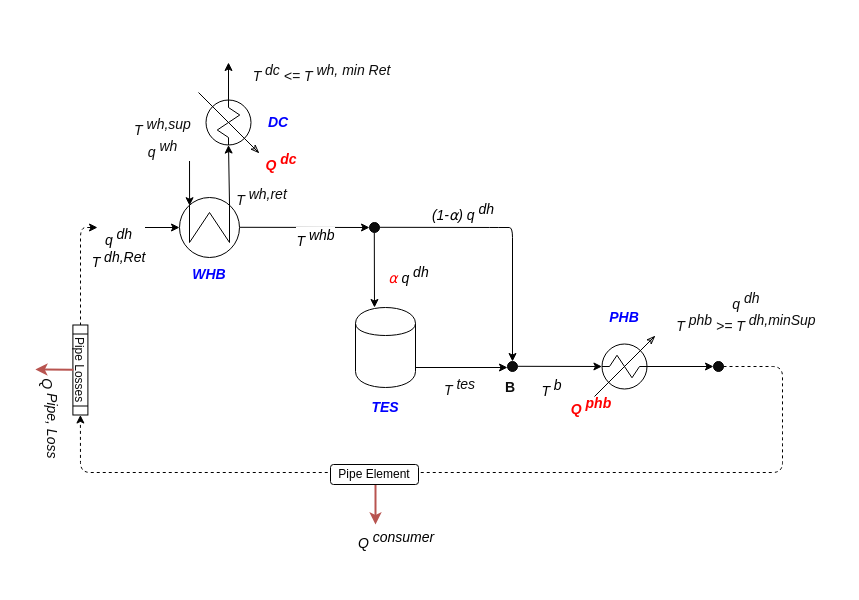
Before: Admin/Paper support files/Flowsheet_TES.drawio in sandeepprakash6666/Escape-Paper, a draw.io diagram. Source tidied: cells renumbered, new cells numbered last; positions are measured from the earlier drawing's top-left corner, leaving out a move shared by most shapes. Both pictures are drawn from the tidied source at 100%, with x=0, y=0 at pixel (17, 17).
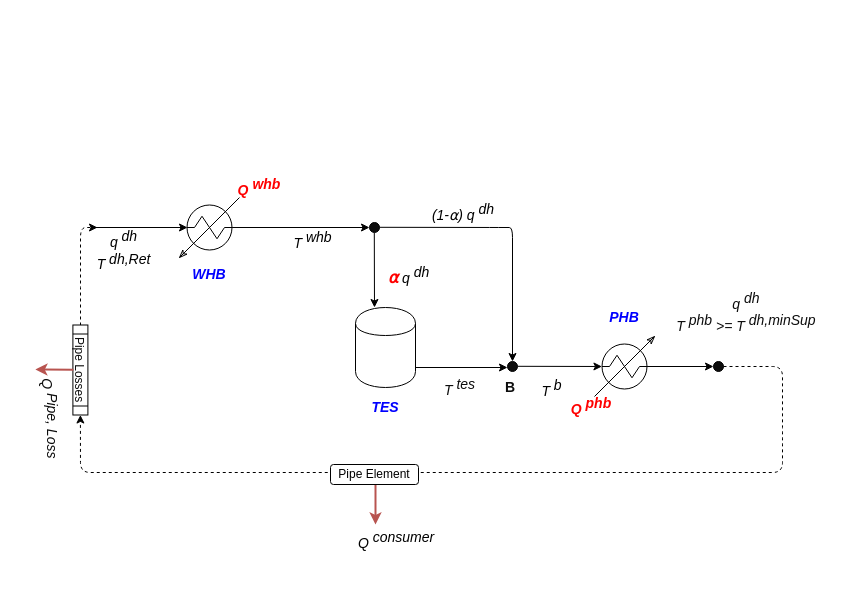
The same diagram, later.

The change refers to these unchanged cells:
```xml
<mxCell id="2" style="group;fontSize=14;fontStyle=0;" parent="1" vertex="1">
  <mxGeometry width="825" height="566" as="geometry" />
</mxCell>
```

What changed in the source:
```diff
@@
-    <mxCell id="3" style="endArrow=classic;html=1;fontSize=14;spacing=0;" parent="2" edge="1">
-      <mxGeometry as="geometry">
-        <mxPoint x="72" y="210" as="sourcePoint" />
-        <mxPoint x="162" y="210" as="targetPoint" />
+    <mxCell id="3" style="endArrow=classic;html=1;fontSize=14;spacing=0;entryX=1;entryY=0.5;entryDx=0;entryDy=0;entryPerimeter=0;" parent="2" edge="1">
+      <mxGeometry x="8" as="geometry">
+        <mxPoint x="75" y="210" as="sourcePoint" />
+        <mxPoint x="170" y="210" as="targetPoint" />
       </mxGeometry>
     </mxCell>
     <mxCell id="4" value="&lt;i style=&quot;font-size: 14px;&quot;&gt;q&lt;sup style=&quot;font-size: 14px;&quot;&gt; dh&lt;/sup&gt;&lt;br style=&quot;font-size: 14px;&quot;&gt;T &lt;/i&gt;&lt;sup style=&quot;font-size: 14px;&quot;&gt;&lt;i style=&quot;font-size: 14px;&quot;&gt;dh,Ret&lt;/i&gt;&lt;br style=&quot;font-size: 14px;&quot;&gt;&lt;/sup&gt;" style="edgeLabel;html=1;align=center;verticalAlign=middle;fontSize=14;spacing=0;" parent="3" vertex="1">
       <mxGeometry x="-0.31" y="-1" relative="1" as="geometry">
-        <mxPoint x="-2.8" y="19" as="offset" />
+        <mxPoint x="-2.8" y="21" as="offset" />
       </mxGeometry>
     </mxCell>
-    <mxCell id="5" style="endArrow=classic;html=1;fontSize=14;spacing=0;" parent="2" edge="1">
+    <mxCell id="5" style="endArrow=classic;html=1;fontSize=14;spacing=0;exitX=0.124;exitY=0.5;exitDx=0;exitDy=0;exitPerimeter=0;" parent="2" edge="1" source="44">
       <mxGeometry as="geometry">
-        <mxPoint x="222" y="209.8" as="sourcePoint" />
         <mxPoint x="352" y="210" as="targetPoint" />
       </mxGeometry>
     </mxCell>
     <mxCell id="6" value="&lt;i style=&quot;font-size: 14px;&quot;&gt;T&lt;sup style=&quot;font-size: 14px;&quot;&gt; whb&lt;/sup&gt;&lt;/i&gt;" style="edgeLabel;html=1;align=center;verticalAlign=middle;fontSize=14;spacing=0;" parent="5" vertex="1">
       <mxGeometry x="0.16" y="2" relative="1" as="geometry">
-        <mxPoint y="12.2" as="offset" />
+        <mxPoint y="14.2" as="offset" />
       </mxGeometry>
     </mxCell>
@@
-    <mxCell id="25" value="&lt;span style=&quot;font-size: 14px;&quot;&gt;&lt;i style=&quot;font-size: 14px;&quot;&gt;&lt;font color=&quot;#ff0000&quot; style=&quot;font-size: 14px;&quot;&gt;⍺&lt;/font&gt;&lt;font color=&quot;#000000&quot; style=&quot;font-size: 14px;&quot;&gt; q&lt;/font&gt;&lt;sup style=&quot;color: rgb(0, 0, 0); font-size: 14px;&quot;&gt; dh&lt;/sup&gt;&lt;/i&gt;&lt;/span&gt;" style="text;html=1;strokeColor=none;fillColor=none;align=center;verticalAlign=middle;whiteSpace=wrap;rounded=0;fontColor=#0D0D0D;fontSize=14;spacing=0;" parent="2" vertex="1">
+    <mxCell id="25" value="&lt;i&gt;&lt;font color=&quot;#ff0000&quot; style=&quot;font-size: 16px&quot;&gt;&lt;b&gt;⍺&lt;/b&gt;&lt;/font&gt;&lt;font color=&quot;#000000&quot; style=&quot;font-size: 14px&quot;&gt; q&lt;/font&gt;&lt;sup style=&quot;font-size: 14px ; color: rgb(0 , 0 , 0)&quot;&gt; dh&lt;/sup&gt;&lt;/i&gt;" style="text;html=1;strokeColor=none;fillColor=none;align=center;verticalAlign=middle;whiteSpace=wrap;rounded=0;fontColor=#0D0D0D;fontSize=14;spacing=0;" parent="2" vertex="1">
       <mxGeometry x="363" y="248" width="57" height="20" as="geometry" />
     </mxCell>
@@
-    <mxCell id="31" style="shape=mxgraph.pid.heat_exchangers.shell_and_tube_heat_exchanger_2;html=1;align=center;verticalLabelPosition=bottom;verticalAlign=top;dashed=0;fillColor=#FFFFFF;fontSize=14;fontColor=#FF0000;rotation=90;spacing=0;" parent="2" vertex="1">
-      <mxGeometry x="162" y="180" width="60" height="60" as="geometry" />
-    </mxCell>
-    <mxCell id="32" style="endArrow=classic;html=1;strokeWidth=1;fontSize=14;fontColor=#FF0000;entryX=0.137;entryY=0.832;entryDx=0;entryDy=0;entryPerimeter=0;spacing=0;" parent="2" edge="1" target="31">
-      <mxGeometry as="geometry">
-        <mxPoint x="172" y="130" as="sourcePoint" />
-      </mxGeometry>
-    </mxCell>
-    <mxCell id="33" value="&lt;i style=&quot;font-size: 14px;&quot;&gt;T&lt;sup style=&quot;font-size: 14px;&quot;&gt; wh,sup&lt;/sup&gt;&lt;br style=&quot;font-size: 14px;&quot;&gt;q&lt;sup style=&quot;font-size: 14px;&quot;&gt; wh&lt;/sup&gt;&lt;/i&gt;" style="edgeLabel;html=1;align=center;verticalAlign=middle;fontSize=14;fontColor=#0D0D0D;spacing=0;" parent="32" vertex="1">
-      <mxGeometry x="-0.7" relative="1" as="geometry">
-        <mxPoint x="-28" y="-18.6" as="offset" />
-      </mxGeometry>
-    </mxCell>
-    <mxCell id="34" style="endArrow=classic;html=1;strokeWidth=1;fontSize=14;fontColor=#FF0000;exitX=0.137;exitY=0.166;exitDx=0;exitDy=0;exitPerimeter=0;entryX=0.876;entryY=0.5;entryDx=0;entryDy=0;entryPerimeter=0;spacing=0;" parent="2" edge="1" source="31" target="36">
-      <mxGeometry as="geometry" />
-    </mxCell>
-    <mxCell id="35" value="&lt;i style=&quot;font-size: 14px;&quot;&gt;T&lt;sup style=&quot;font-size: 14px;&quot;&gt; wh,ret&lt;/sup&gt;&lt;/i&gt;" style="edgeLabel;html=1;align=center;verticalAlign=middle;fontSize=14;fontColor=#0D0D0D;spacing=0;" parent="34" vertex="1">
-      <mxGeometry x="-0.33" y="-2" relative="1" as="geometry">
-        <mxPoint x="30.3" y="11.8" as="offset" />
-      </mxGeometry>
-    </mxCell>
-    <mxCell id="36" style="shape=mxgraph.pid.heat_exchangers.condenser;html=1;align=center;verticalLabelPosition=bottom;verticalAlign=top;dashed=0;fillColor=#FFFFFF;fontSize=14;fontColor=#FF0000;rotation=90;spacing=0;" parent="2" vertex="1">
-      <mxGeometry x="181" y="75" width="60" height="60" as="geometry" />
-    </mxCell>
-    <mxCell id="37" style="endArrow=classic;html=1;strokeWidth=1;fontSize=14;fontColor=#FF0000;exitX=0.124;exitY=0.5;exitDx=0;exitDy=0;exitPerimeter=0;" parent="2" edge="1" source="36">
-      <mxGeometry y="45" as="geometry">
-        <mxPoint x="211" y="45" as="targetPoint" />
-      </mxGeometry>
-    </mxCell>
-    <mxCell id="38" value="&lt;i style=&quot;font-size: 14px;&quot;&gt;&lt;font color=&quot;#0d0d0d&quot; style=&quot;font-size: 14px;&quot;&gt;T&lt;sup style=&quot;font-size: 14px;&quot;&gt;&amp;nbsp;dc&lt;/sup&gt; &amp;lt;= T&lt;sup style=&quot;font-size: 14px;&quot;&gt; wh, min Ret&lt;/sup&gt;&lt;/font&gt;&lt;/i&gt;" style="edgeLabel;html=1;align=center;verticalAlign=middle;fontSize=14;fontColor=#FF0000;spacing=0;" parent="37" vertex="1">
-      <mxGeometry x="0.46" y="1" relative="1" as="geometry">
-        <mxPoint x="93" as="offset" />
-      </mxGeometry>
-    </mxCell>
-    <mxCell id="39" value="&lt;i style=&quot;font-size: 14px;&quot;&gt;Q&amp;nbsp;&lt;span style=&quot;font-size: 14px;&quot;&gt;&lt;sup style=&quot;font-size: 14px;&quot;&gt;dc&lt;/sup&gt;&lt;/span&gt;&lt;/i&gt;" style="text;html=1;strokeColor=none;fillColor=none;align=center;verticalAlign=middle;whiteSpace=wrap;rounded=0;fontColor=#FF0000;fontStyle=1;fontSize=14;spacing=0;" parent="2" vertex="1">
-      <mxGeometry x="244" y="135" width="40" height="20" as="geometry" />
-    </mxCell>
-    <mxCell id="40" value="&lt;i style=&quot;font-size: 14px;&quot;&gt;DC&lt;/i&gt;" style="text;html=1;strokeColor=none;fillColor=none;align=center;verticalAlign=middle;whiteSpace=wrap;rounded=0;fontColor=#0000FF;fontSize=14;fontStyle=1;spacing=0;" parent="2" vertex="1">
-      <mxGeometry x="241" y="95" width="40" height="20" as="geometry" />
-    </mxCell>
@@
+    <mxCell id="44" style="shape=mxgraph.pid.heat_exchangers.condenser;html=1;align=center;verticalLabelPosition=bottom;verticalAlign=top;dashed=0;fillColor=#FFFFFF;fontSize=14;fontColor=#FF0000;rotation=-180;spacing=0;" parent="2" vertex="1">
+      <mxGeometry x="162" y="180" width="60" height="60" as="geometry" />
+    </mxCell>
+    <mxCell id="45" value="&lt;i style=&quot;color: rgb(255 , 0 , 0) ; font-size: 14px ; font-weight: 700&quot;&gt;Q&amp;nbsp;&lt;sup style=&quot;font-size: 14px&quot;&gt;whb&lt;/sup&gt;&lt;/i&gt;" style="text;html=1;strokeColor=none;fillColor=none;align=center;verticalAlign=middle;whiteSpace=wrap;rounded=0;" parent="2" vertex="1">
+      <mxGeometry x="222" y="160" width="40" height="20" as="geometry" />
+    </mxCell>
```
